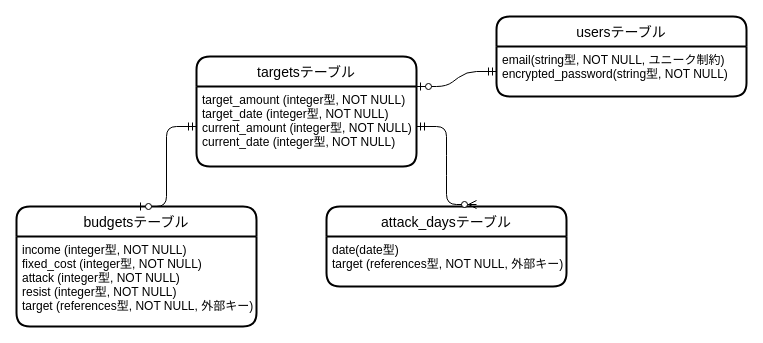
Above: ER.dio in kanieksuke/mammon-quest (draw.io), before the change. Source tidied: cells renumbered, new cells numbered last; positions are measured from the earlier drawing's top-left corner, leaving out a move shared by most shapes. Both pictures are drawn from the tidied source at 100%, with x=0, y=0 at pixel (16, 16).
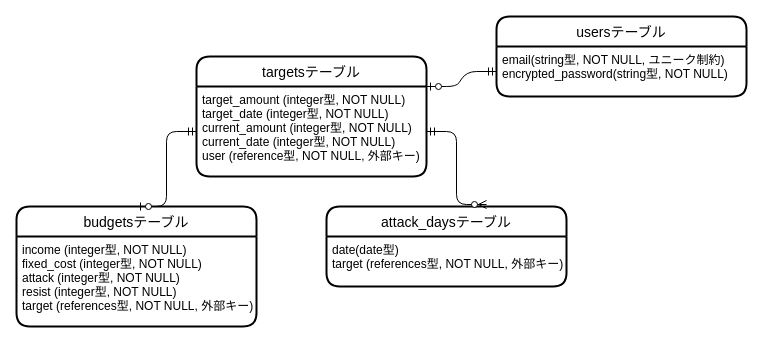
The same diagram, later.

Change to the diagram source:
```diff
@@
 <mxGraphModel>
   <root>
     <mxCell id="0" />
     <mxCell id="1" parent="0" />
     <mxCell id="2" value="targetsテーブル" style="swimlane;horizontal=1;startSize=30;rounded=1;fontSize=14;fontStyle=0;strokeWidth=2;shadow=0;dashed=0;align=center;" parent="1" vertex="1">
-      <mxGeometry x="180" y="40" width="220" height="110" as="geometry" />
+      <mxGeometry x="180" y="40" width="230" height="120" as="geometry" />
     </mxCell>
-    <mxCell id="3" value="target_amount (integer型, NOT NULL)&#10;target_date (integer型, NOT NULL)&#10;current_amount (integer型, NOT NULL)&#10;current_date (integer型, NOT NULL)" style="align=left;strokeColor=none;fillColor=none;spacingLeft=4;fontSize=12;verticalAlign=top;" parent="2" vertex="1">
-      <mxGeometry y="30" width="220" height="80" as="geometry" />
+    <mxCell id="3" value="target_amount (integer型, NOT NULL)&#10;target_date (integer型, NOT NULL)&#10;current_amount (integer型, NOT NULL)&#10;current_date (integer型, NOT NULL)&#10;user (reference型, NOT NULL, 外部キー)" style="align=left;strokeColor=none;fillColor=none;spacingLeft=4;fontSize=12;verticalAlign=top;" parent="2" vertex="1">
+      <mxGeometry y="30" width="230" height="90" as="geometry" />
     </mxCell>
     <mxCell id="4" value="budgetsテーブル" style="swimlane;horizontal=1;startSize=30;rounded=1;fontSize=14;fontStyle=0;strokeWidth=2;shadow=0;dashed=0;align=center;" parent="1" vertex="1">
       <mxGeometry y="190" width="240" height="120" as="geometry" />
     </mxCell>
     <mxCell id="5" value="income (integer型, NOT NULL)&#10;fixed_cost (integer型, NOT NULL)&#10;attack (integer型, NOT NULL)&#10;resist (integer型, NOT NULL)&#10;target (references型, NOT NULL, 外部キー)" style="align=left;strokeColor=none;fillColor=none;spacingLeft=4;fontSize=12;verticalAlign=top;" parent="4" vertex="1">
       <mxGeometry y="30" width="240" height="90" as="geometry" />
     </mxCell>
     <mxCell id="6" value="attack_daysテーブル" style="swimlane;horizontal=1;startSize=30;rounded=1;fontSize=14;fontStyle=0;strokeWidth=2;shadow=0;dashed=0;align=center;" parent="1" vertex="1">
       <mxGeometry x="310" y="190" width="240" height="80" as="geometry" />
     </mxCell>
     <mxCell id="7" value="date(date型)&#10;target (references型, NOT NULL, 外部キー)" style="align=left;strokeColor=none;fillColor=none;spacingLeft=4;fontSize=12;verticalAlign=top;" parent="6" vertex="1">
       <mxGeometry y="30" width="240" height="50" as="geometry" />
     </mxCell>
     <mxCell id="8" style="edgeStyle=entityRelationEdgeStyle;fontSize=12;html=1;endArrow=ERzeroToOne;startArrow=ERmandOne;exitX=0;exitY=0.5;exitDx=0;exitDy=0;entryX=0.5;entryY=0;entryDx=0;entryDy=0;" parent="1" edge="1" source="3" target="4">
       <mxGeometry relative="1" as="geometry" />
     </mxCell>
     <mxCell id="9" style="edgeStyle=entityRelationEdgeStyle;fontSize=12;html=1;endArrow=ERzeroToMany;startArrow=ERmandOne;exitX=1;exitY=0.5;exitDx=0;exitDy=0;" parent="1" edge="1" source="3">
       <mxGeometry relative="1" as="geometry">
-        <mxPoint x="460" y="188" as="targetPoint" />
+        <mxPoint x="470" y="188" as="targetPoint" />
       </mxGeometry>
     </mxCell>
     <mxCell id="10" value="usersテーブル" style="swimlane;horizontal=1;startSize=30;rounded=1;fontSize=14;fontStyle=0;strokeWidth=2;shadow=0;dashed=0;align=center;" parent="1" vertex="1">
       <mxGeometry x="480" width="250" height="80" as="geometry" />
     </mxCell>
     <mxCell id="11" value="email(string型, NOT NULL, ユニーク制約)&#10;encrypted_password(string型, NOT NULL)" style="align=left;strokeColor=none;fillColor=none;spacingLeft=4;fontSize=12;verticalAlign=top;" parent="10" vertex="1">
       <mxGeometry y="30" width="250" height="50" as="geometry" />
     </mxCell>
     <mxCell id="12" style="edgeStyle=entityRelationEdgeStyle;fontSize=12;html=1;endArrow=ERzeroToOne;startArrow=ERmandOne;entryX=1;entryY=0;entryDx=0;entryDy=0;" parent="1" edge="1" source="11" target="3">
       <mxGeometry relative="1" as="geometry" />
     </mxCell>
   </root>
 </mxGraphModel>
```
